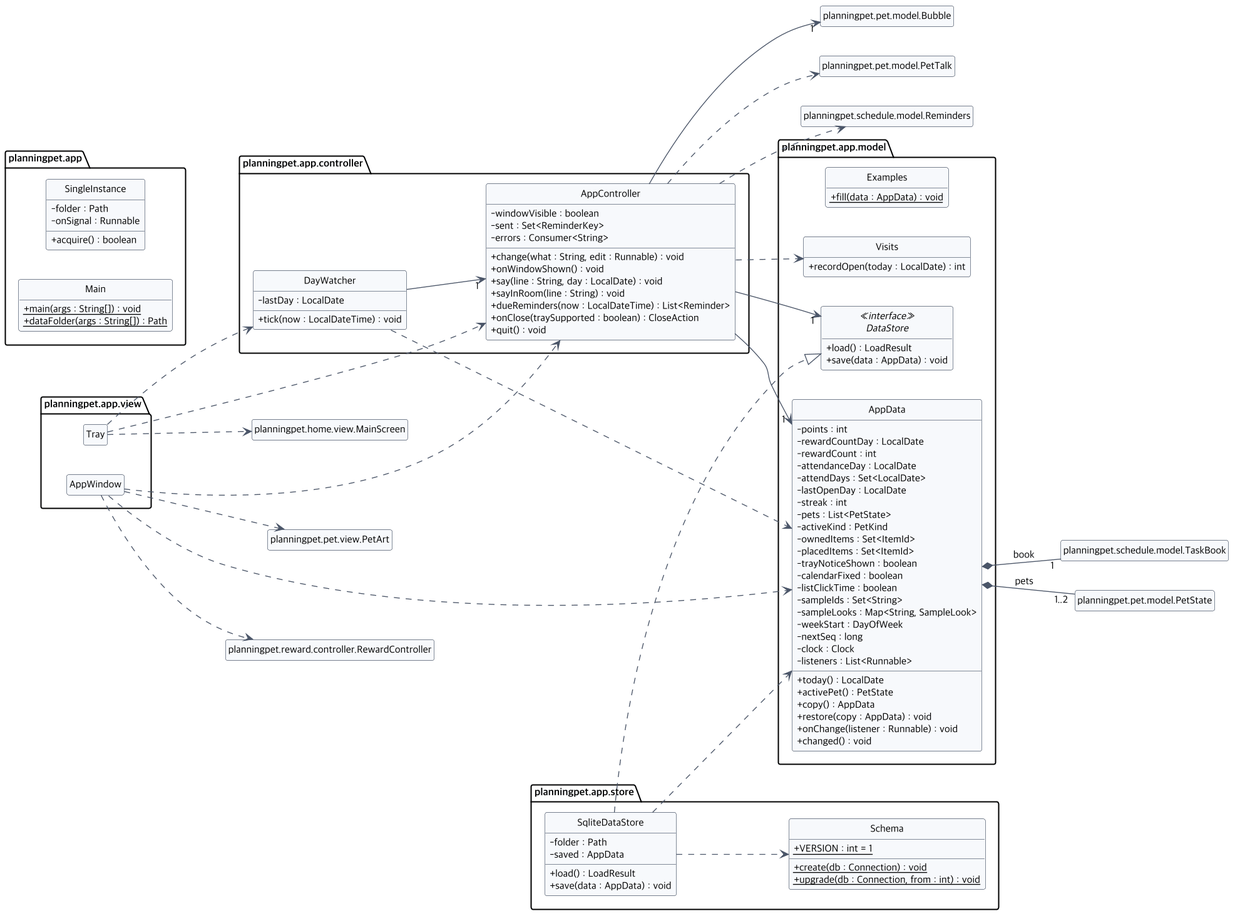
The PlantUML diagram docs/diagrams/class-app.png in 2026-2-software-system-design-11/planning-pet-app, before a commit.
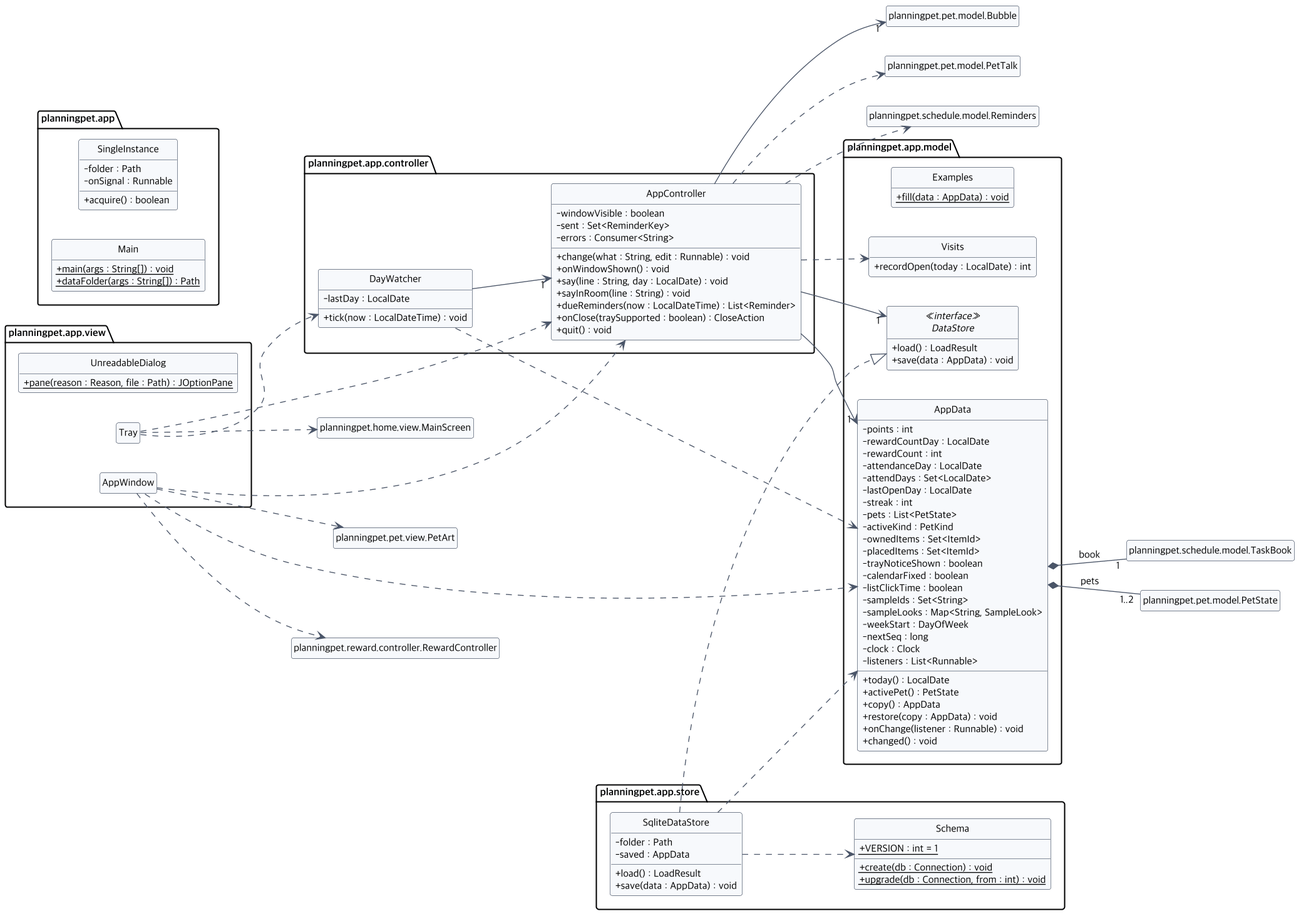
Later version of the same file.

What changed in the source:
```diff
@@ -15,6 +15,9 @@
 package planningpet.app.view {
   class AppWindow
   class Tray
+  class UnreadableDialog {
+    {static} + pane(reason : Reason, file : Path) : JOptionPane
+  }
 }
 package planningpet.app.controller {
   class AppController {
```
